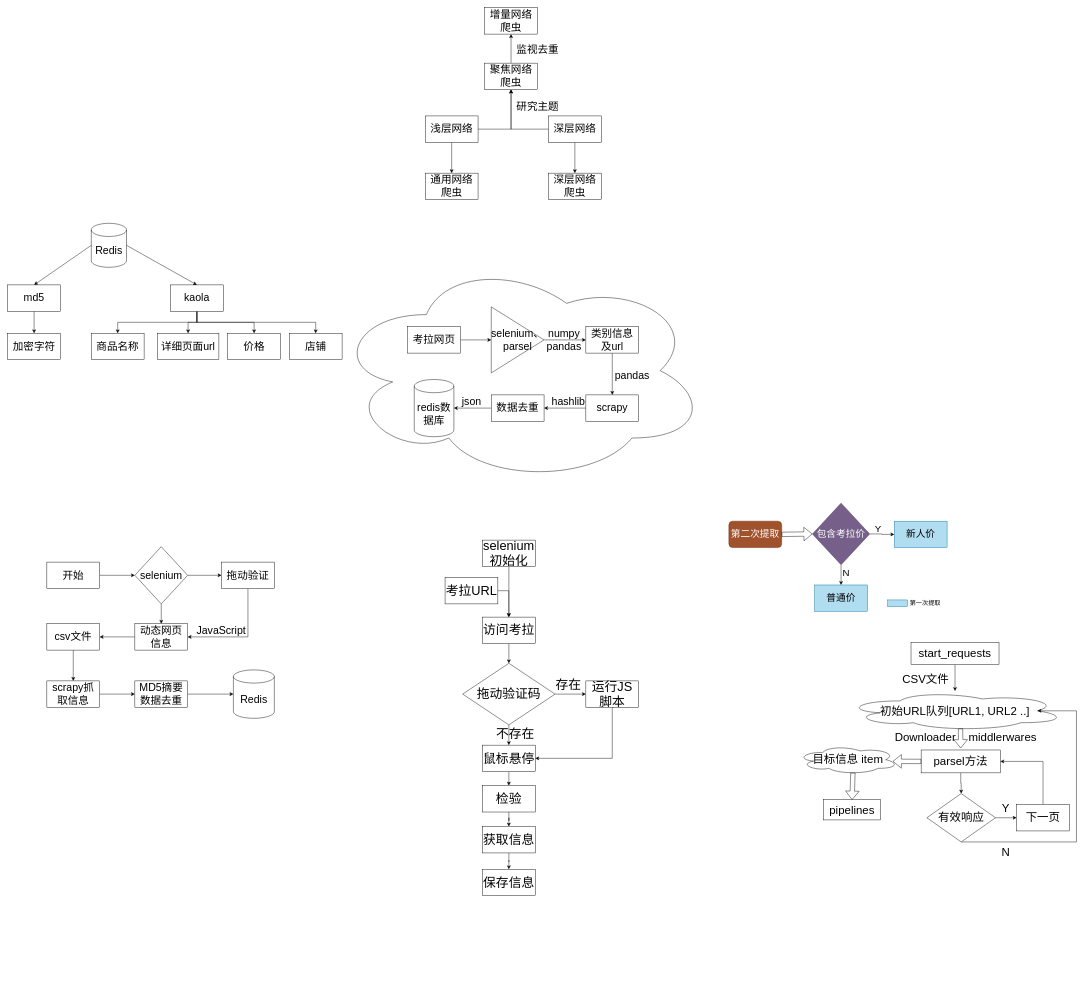
Above: 4.1毕设.drawio in Thesoul20/daily-work (draw.io), before the change. Source tidied: cells renumbered, new cells numbered last; positions are measured from the earlier drawing's top-left corner, leaving out a move shared by most shapes. Both pictures are drawn from the tidied source at 44%, with x=0, y=0 at pixel (7, 7).
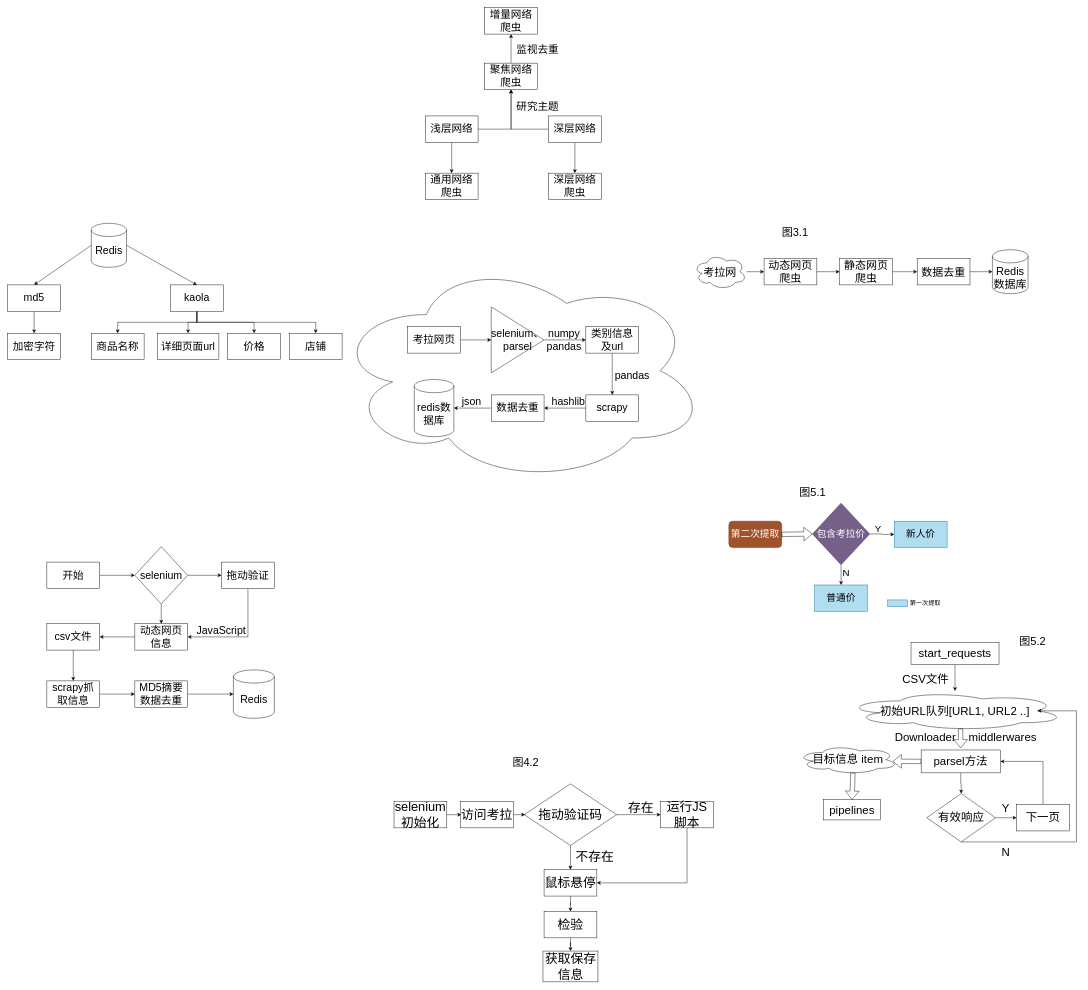
The same page after the edit.

What changed in the source:
```diff
@@
     <mxCell id="65" value="拖动验证码" style="rhombus;whiteSpace=wrap;html=1;fontSize=29;" parent="1" vertex="1">
-      <mxGeometry x="1034" y="1490" width="210" height="140" as="geometry" />
+      <mxGeometry x="1174" y="1764" width="210" height="140" as="geometry" />
     </mxCell>
-    <mxCell id="66" style="edgeStyle=orthogonalEdgeStyle;rounded=0;jettySize=auto;html=1;exitX=0.5;exitY=1;exitDx=0;exitDy=0;fontSize=29;" parent="1" edge="1" source="67" target="69">
-      <mxGeometry relative="1" as="geometry" />
-    </mxCell>
+    <mxCell id="113" style="edgeStyle=orthogonalEdgeStyle;rounded=0;jettySize=auto;html=1;fontSize=25;" parent="1" edge="1" source="67">
+      <mxGeometry relative="1" as="geometry">
+        <mxPoint x="1031" y="1834" as="targetPoint" />
+      </mxGeometry>
+    </mxCell>
     <mxCell id="67" value="selenium初始化" style="rounded=0;whiteSpace=wrap;html=1;fontSize=29;" parent="1" vertex="1">
-      <mxGeometry x="1079" y="1210" width="120" height="60" as="geometry" />
+      <mxGeometry x="878" y="1804" width="120" height="60" as="geometry" />
     </mxCell>
-    <mxCell id="68" style="edgeStyle=orthogonalEdgeStyle;rounded=0;jettySize=auto;html=1;exitX=0.5;exitY=1;exitDx=0;exitDy=0;fontSize=29;" parent="1" edge="1" source="69" target="65">
-      <mxGeometry relative="1" as="geometry" />
-    </mxCell>
+    <mxCell id="114" style="edgeStyle=orthogonalEdgeStyle;rounded=0;jettySize=auto;html=1;fontSize=25;" parent="1" edge="1" source="69">
+      <mxGeometry relative="1" as="geometry">
+        <mxPoint x="1176" y="1834" as="targetPoint" />
+      </mxGeometry>
+    </mxCell>
     <mxCell id="69" value="访问考拉" style="rounded=0;whiteSpace=wrap;html=1;fontSize=29;" parent="1" vertex="1">
-      <mxGeometry x="1079" y="1385" width="120" height="60" as="geometry" />
+      <mxGeometry x="1029" y="1804" width="120" height="60" as="geometry" />
     </mxCell>
-    <mxCell id="70" style="edgeStyle=orthogonalEdgeStyle;rounded=0;jettySize=auto;html=1;exitX=1;exitY=0.5;exitDx=0;exitDy=0;fontSize=29;" parent="1" edge="1" source="71" target="69">
-      <mxGeometry relative="1" as="geometry" />
-    </mxCell>
-    <mxCell id="71" value="考拉URL" style="rounded=0;whiteSpace=wrap;html=1;fontSize=29;" parent="1" vertex="1">
-      <mxGeometry x="994" y="1295" width="120" height="60" as="geometry" />
-    </mxCell>
@@
     <mxCell id="73" value="运行JS脚本" style="rounded=0;whiteSpace=wrap;html=1;fontSize=29;" parent="1" vertex="1">
-      <mxGeometry x="1314" y="1530" width="120" height="60" as="geometry" />
+      <mxGeometry x="1484" y="1804" width="120" height="60" as="geometry" />
     </mxCell>
-    <mxCell id="74" style="edgeStyle=orthogonalEdgeStyle;rounded=0;jettySize=auto;html=1;exitX=0.5;exitY=1;exitDx=0;exitDy=0;entryX=0.5;entryY=0;entryDx=0;entryDy=0;fontSize=29;" parent="1" edge="1" source="75" target="77">
+    <mxCell id="74" style="edgeStyle=orthogonalEdgeStyle;rounded=0;jettySize=auto;html=1;fontSize=25;" parent="1" edge="1" source="75" target="77">
       <mxGeometry relative="1" as="geometry" />
     </mxCell>
     <mxCell id="75" value="鼠标悬停" style="rounded=0;whiteSpace=wrap;html=1;fontSize=29;" parent="1" vertex="1">
-      <mxGeometry x="1079" y="1676" width="120" height="60" as="geometry" />
+      <mxGeometry x="1219" y="1959" width="120" height="60" as="geometry" />
     </mxCell>
-    <mxCell id="76" style="edgeStyle=orthogonalEdgeStyle;rounded=0;jettySize=auto;html=1;exitX=0.5;exitY=1;exitDx=0;exitDy=0;fontSize=29;" parent="1" edge="1" source="77" target="79">
+    <mxCell id="76" style="edgeStyle=orthogonalEdgeStyle;rounded=0;jettySize=auto;html=1;fontSize=25;" parent="1" edge="1" source="77" target="79">
       <mxGeometry relative="1" as="geometry" />
     </mxCell>
     <mxCell id="77" value="检验" style="rounded=0;whiteSpace=wrap;html=1;fontSize=29;" parent="1" vertex="1">
-      <mxGeometry x="1079" y="1768" width="120" height="60" as="geometry" />
+      <mxGeometry x="1219" y="2054" width="120" height="60" as="geometry" />
     </mxCell>
-    <mxCell id="78" style="edgeStyle=orthogonalEdgeStyle;rounded=0;jettySize=auto;html=1;exitX=0.5;exitY=1;exitDx=0;exitDy=0;fontSize=29;" parent="1" edge="1" source="79" target="80">
-      <mxGeometry relative="1" as="geometry" />
-    </mxCell>
-    <mxCell id="79" value="获取信息" style="rounded=0;whiteSpace=wrap;html=1;fontSize=29;" parent="1" vertex="1">
-      <mxGeometry x="1079" y="1861" width="120" height="60" as="geometry" />
+    <mxCell id="79" value="获取保存信息" style="rounded=0;whiteSpace=wrap;html=1;fontSize=29;" parent="1" vertex="1">
+      <mxGeometry x="1216.5" y="2144" width="125" height="70" as="geometry" />
     </mxCell>
-    <mxCell id="80" value="保存信息" style="rounded=0;whiteSpace=wrap;html=1;fontSize=29;" parent="1" vertex="1">
-      <mxGeometry x="1079" y="1958" width="120" height="60" as="geometry" />
-    </mxCell>
     <mxCell id="81" value="存在" style="text;html=1;align=center;verticalAlign=middle;strokeColor=none;fillColor=none;fontSize=29;" parent="1" vertex="1">
-      <mxGeometry x="1239" y="1520" width="70" height="40" as="geometry" />
+      <mxGeometry x="1404" y="1799" width="70" height="40" as="geometry" />
     </mxCell>
     <mxCell id="82" value="不存在" style="text;html=1;align=center;verticalAlign=middle;strokeColor=none;fillColor=none;fontSize=29;" parent="1" vertex="1">
-      <mxGeometry x="1103" y="1630" width="100" height="40" as="geometry" />
+      <mxGeometry x="1284" y="1909" width="100" height="40" as="geometry" />
     </mxCell>
@@
+    <mxCell id="115" style="edgeStyle=orthogonalEdgeStyle;rounded=0;jettySize=auto;html=1;fontSize=25;" parent="1" edge="1" source="116" target="118">
+      <mxGeometry relative="1" as="geometry" />
+    </mxCell>
+    <mxCell id="116" value="&lt;font style=&quot;font-size: 25px;&quot;&gt;考拉网&lt;/font&gt;" style="ellipse;shape=cloud;whiteSpace=wrap;html=1;" parent="1" vertex="1">
+      <mxGeometry x="1559" y="560" width="120" height="80" as="geometry" />
+    </mxCell>
+    <mxCell id="117" style="edgeStyle=orthogonalEdgeStyle;rounded=0;jettySize=auto;html=1;fontSize=25;" parent="1" edge="1" source="118" target="120">
+      <mxGeometry relative="1" as="geometry" />
+    </mxCell>
+    <mxCell id="118" value="动态网页爬虫" style="rounded=0;whiteSpace=wrap;html=1;fontSize=25;" parent="1" vertex="1">
+      <mxGeometry x="1719" y="570" width="120" height="60" as="geometry" />
+    </mxCell>
+    <mxCell id="119" style="edgeStyle=orthogonalEdgeStyle;rounded=0;jettySize=auto;html=1;fontSize=25;" parent="1" edge="1" source="120" target="122">
+      <mxGeometry relative="1" as="geometry" />
+    </mxCell>
+    <mxCell id="120" value="静态网页爬虫" style="rounded=0;whiteSpace=wrap;html=1;fontSize=25;" parent="1" vertex="1">
+      <mxGeometry x="1891" y="570" width="120" height="60" as="geometry" />
+    </mxCell>
+    <mxCell id="121" style="edgeStyle=orthogonalEdgeStyle;rounded=0;jettySize=auto;html=1;fontSize=25;" parent="1" edge="1" source="122" target="123">
+      <mxGeometry relative="1" as="geometry" />
+    </mxCell>
+    <mxCell id="122" value="数据去重" style="rounded=0;whiteSpace=wrap;html=1;fontSize=25;" parent="1" vertex="1">
+      <mxGeometry x="2067" y="570" width="120" height="60" as="geometry" />
+    </mxCell>
+    <mxCell id="123" value="Redis数据库" style="shape=cylinder3;whiteSpace=wrap;html=1;boundedLbl=1;backgroundOutline=1;size=15;fontSize=25;" parent="1" vertex="1">
+      <mxGeometry x="2238" y="550" width="81" height="100" as="geometry" />
+    </mxCell>
+    <mxCell id="124" value="图5.2" style="text;html=1;align=center;verticalAlign=middle;strokeColor=none;fillColor=none;fontSize=25;" parent="1" vertex="1">
+      <mxGeometry x="2289" y="1420" width="80" height="40" as="geometry" />
+    </mxCell>
+    <mxCell id="125" value="图5.1" style="text;html=1;align=center;verticalAlign=middle;strokeColor=none;fillColor=none;fontSize=25;" parent="1" vertex="1">
+      <mxGeometry x="1789" y="1080" width="80" height="40" as="geometry" />
+    </mxCell>
+    <mxCell id="126" value="图4.2" style="text;html=1;align=center;verticalAlign=middle;strokeColor=none;fillColor=none;fontSize=25;" parent="1" vertex="1">
+      <mxGeometry x="1136.5" y="1693" width="80" height="40" as="geometry" />
+    </mxCell>
+    <mxCell id="127" value="图3.1" style="text;html=1;align=center;verticalAlign=middle;strokeColor=none;fillColor=none;fontSize=25;" parent="1" vertex="1">
+      <mxGeometry x="1749" y="490" width="80" height="40" as="geometry" />
+    </mxCell>
```
